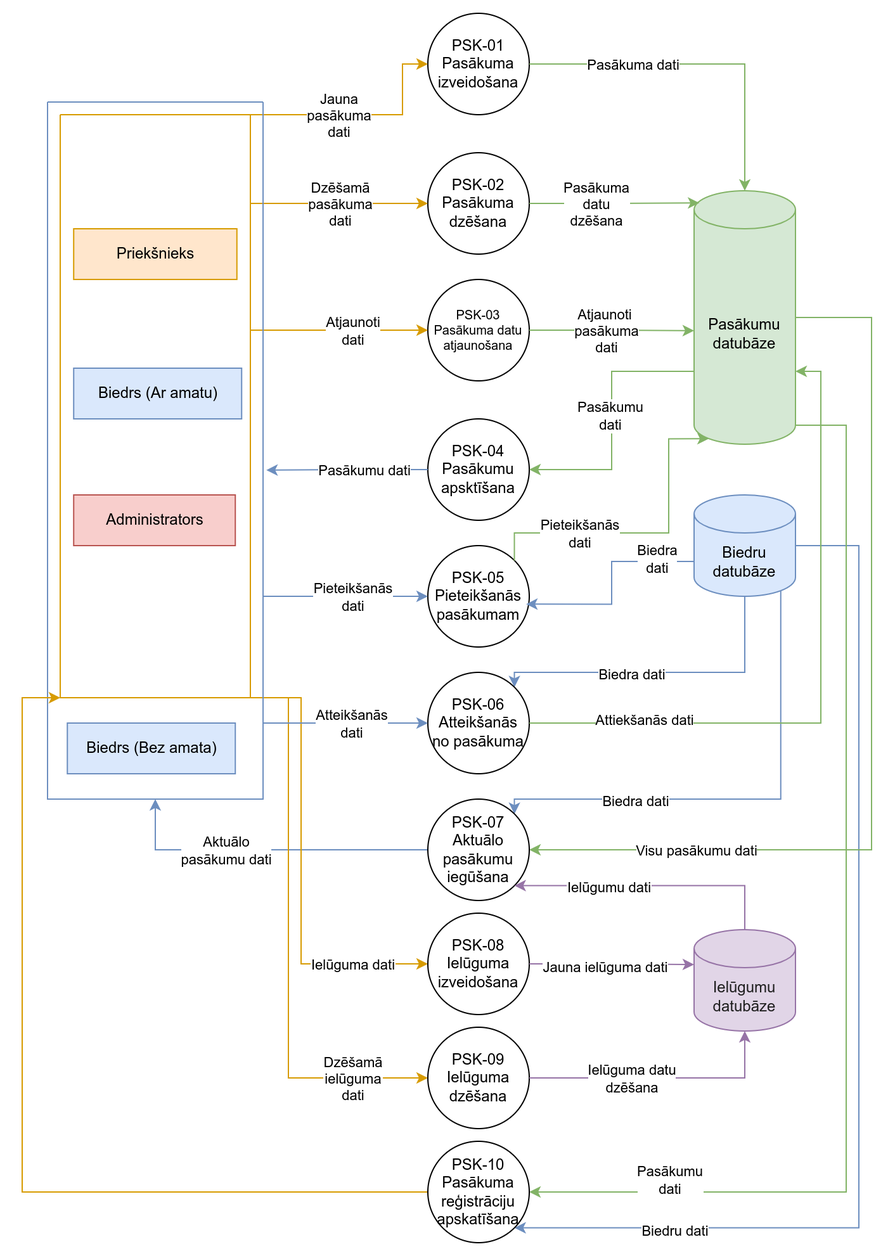
Before: Documentation/2_limena_PSK_DPD.png, a diagram exported from draw.io (JekabsVanags/LSGCO_IS). Source tidied: cells renumbered, new cells last; positions are measured from the earlier drawing's top-left corner, leaving out a move shared by most shapes.
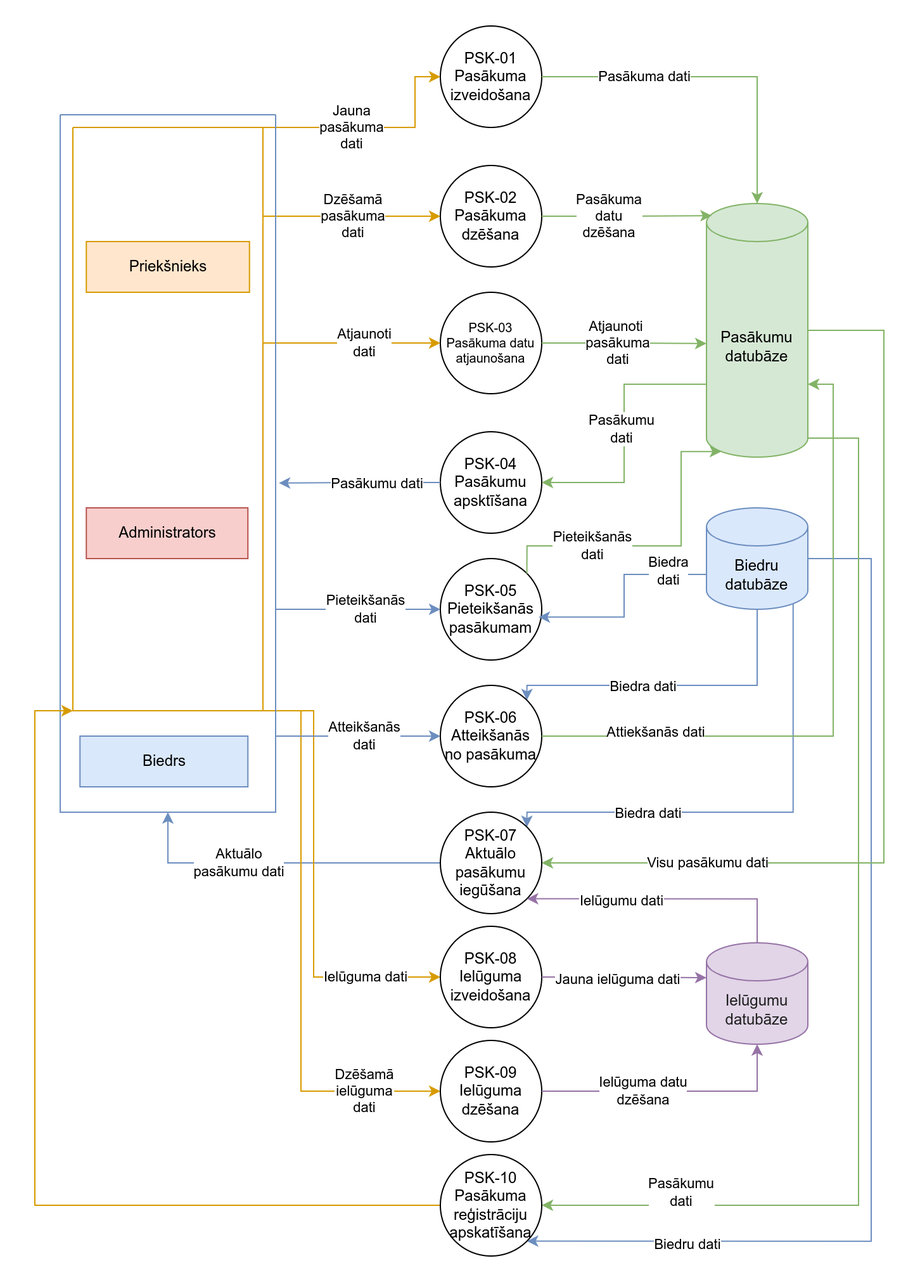
Later version of the same file.

Change to the diagram source:
```diff
@@ -202,12 +202,9 @@
     <mxCell id="42" value="Administrators" style="rounded=0;whiteSpace=wrap;html=1;fillColor=#f8cecc;strokeColor=#b85450;fontColor=#000000;" parent="40" vertex="1">
       <mxGeometry x="20.6" y="310" width="127.5" height="40" as="geometry" />
     </mxCell>
-    <mxCell id="43" value="Biedrs (Bez amata)" style="rounded=0;whiteSpace=wrap;html=1;fillColor=#dae8fc;strokeColor=#6c8ebf;labelBackgroundColor=none;fontColor=#000000;" parent="40" vertex="1">
+    <mxCell id="43" value="Biedrs" style="rounded=0;whiteSpace=wrap;html=1;fillColor=#dae8fc;strokeColor=#6c8ebf;labelBackgroundColor=none;fontColor=#000000;" parent="40" vertex="1">
       <mxGeometry x="15.6" y="490" width="132.5" height="40" as="geometry" />
     </mxCell>
-    <mxCell id="44" value="Biedrs (Ar amatu)" style="rounded=0;whiteSpace=wrap;html=1;fillColor=#dae8fc;strokeColor=#6c8ebf;labelBackgroundColor=none;fontColor=#000000;" parent="40" vertex="1">
-      <mxGeometry x="20.6" y="210" width="132.5" height="40" as="geometry" />
-    </mxCell>
     <mxCell id="45" style="edgeStyle=orthogonalEdgeStyle;rounded=0;jettySize=auto;html=1;exitX=1;exitY=0.5;exitDx=0;exitDy=0;entryX=0.5;entryY=0;entryDx=0;entryDy=0;entryPerimeter=0;fillColor=#d5e8d4;strokeColor=#82b366;" parent="1" edge="1" source="2" target="20">
       <mxGeometry relative="1" as="geometry" />
     </mxCell>
```
